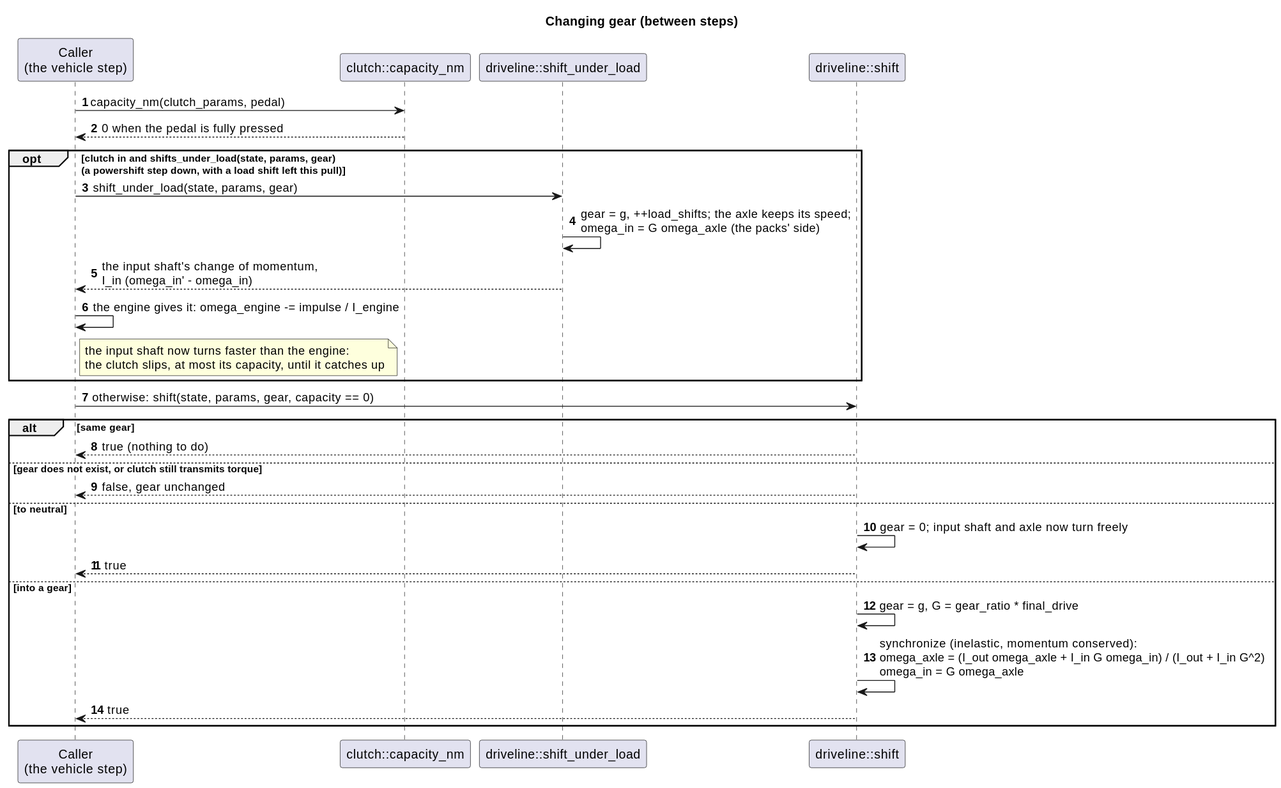
Above: docs/diagrams/svg/gear_shift_sequence.svg in wversteeg/TractorPulling (PlantUML), before the change.
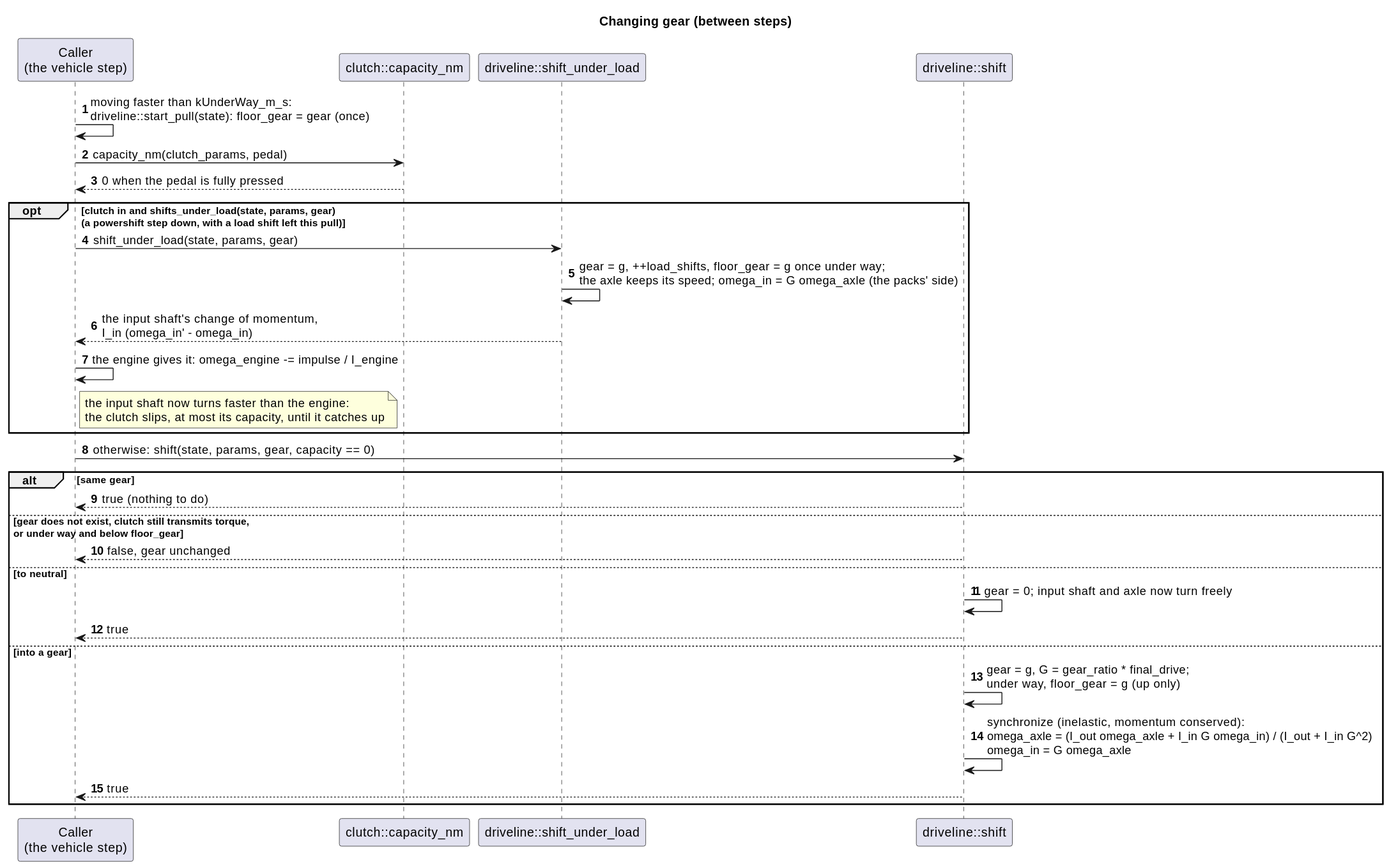
After the commit.

What changed in the source:
```diff
@@ -6,11 +6,12 @@
 participant "driveline::shift_under_load" as Load
 participant "driveline::shift" as Shift
 
+Caller -> Caller : moving faster than kUnderWay_m_s:\ndriveline::start_pull(state): floor_gear = gear (once)
 Caller -> Capacity : capacity_nm(clutch_params, pedal)
 Capacity --> Caller : 0 when the pedal is fully pressed
 opt clutch in and shifts_under_load(state, params, gear)\n(a powershift step down, with a load shift left this pull)
   Caller -> Load : shift_under_load(state, params, gear)
-  Load -> Load : gear = g, ++load_shifts; the axle keeps its speed;\nomega_in = G omega_axle (the packs' side)
+  Load -> Load : gear = g, ++load_shifts, floor_gear = g once under way;\nthe axle keeps its speed; omega_in = G omega_axle (the packs' side)
   Load --> Caller : the input shaft's change of momentum,\nI_in (omega_in' - omega_in)
   Caller -> Caller : the engine gives it: omega_engine -= impulse / I_engine
   note right of Caller : the input shaft now turns faster than the engine:\nthe clutch slips, at most its capacity, until it catches up
@@ -18,13 +19,13 @@
 Caller -> Shift : otherwise: shift(state, params, gear, capacity == 0)
 alt same gear
   Shift --> Caller : true (nothing to do)
-else gear does not exist, or clutch still transmits torque
+else gear does not exist, clutch still transmits torque,\nor under way and below floor_gear
   Shift --> Caller : false, gear unchanged
 else to neutral
   Shift -> Shift : gear = 0; input shaft and axle now turn freely
   Shift --> Caller : true
 else into a gear
-  Shift -> Shift : gear = g, G = gear_ratio * final_drive
+  Shift -> Shift : gear = g, G = gear_ratio * final_drive;\nunder way, floor_gear = g (up only)
   Shift -> Shift : synchronize (inelastic, momentum conserved):\nomega_axle = (I_out omega_axle + I_in G omega_in) / (I_out + I_in G^2)\nomega_in = G omega_axle
   Shift --> Caller : true
 end
```
